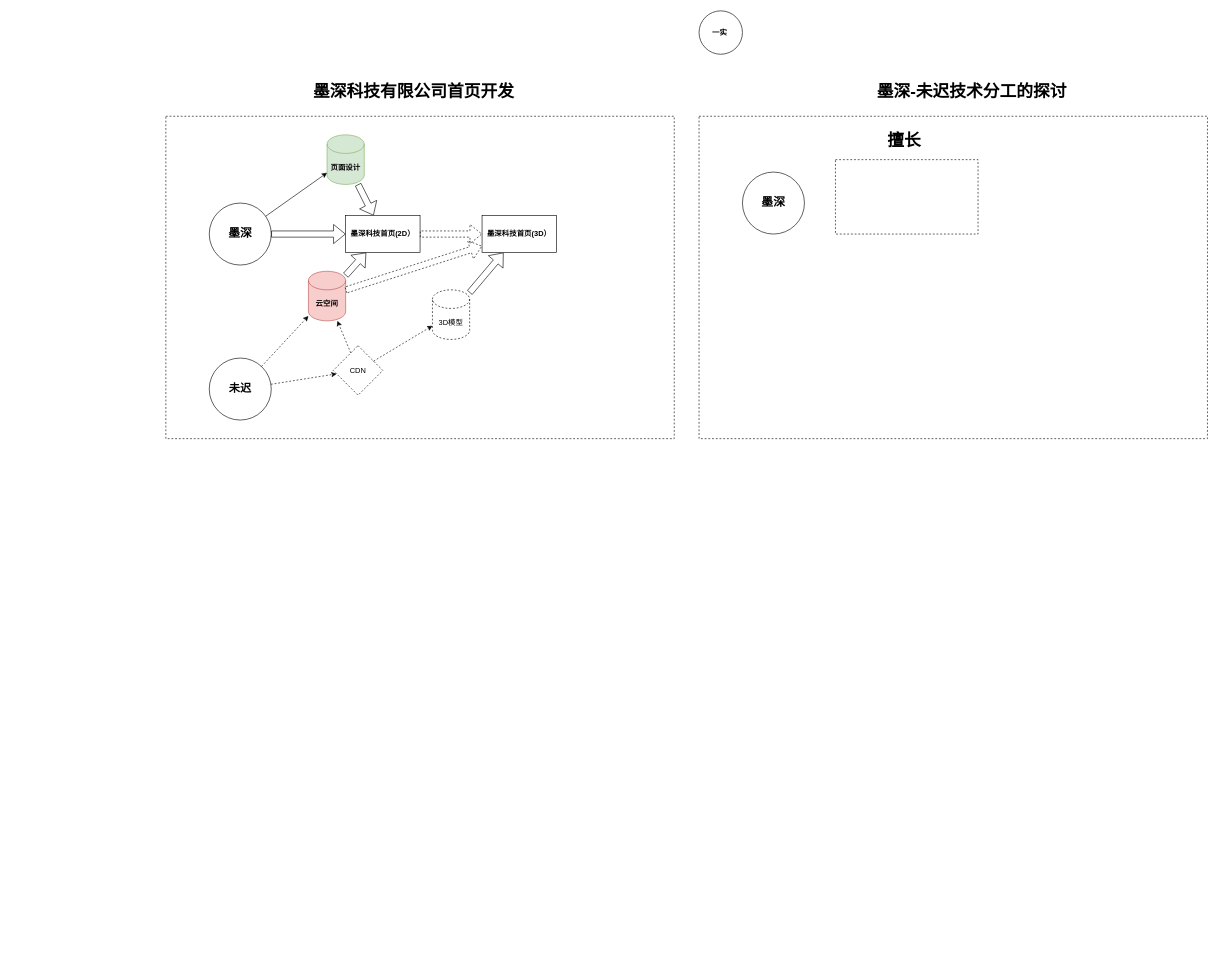
This is project.drawio from zhutoutoutousan/A-study-note-as-a-beginner, a draw.io file, before an edit. Source tidied: cells renumbered, new cells numbered last; positions are measured from the earlier drawing's top-left corner, leaving out a move shared by most shapes. Both pictures are drawn from the tidied source at 62%, with x=0, y=0 at pixel (166, 11).
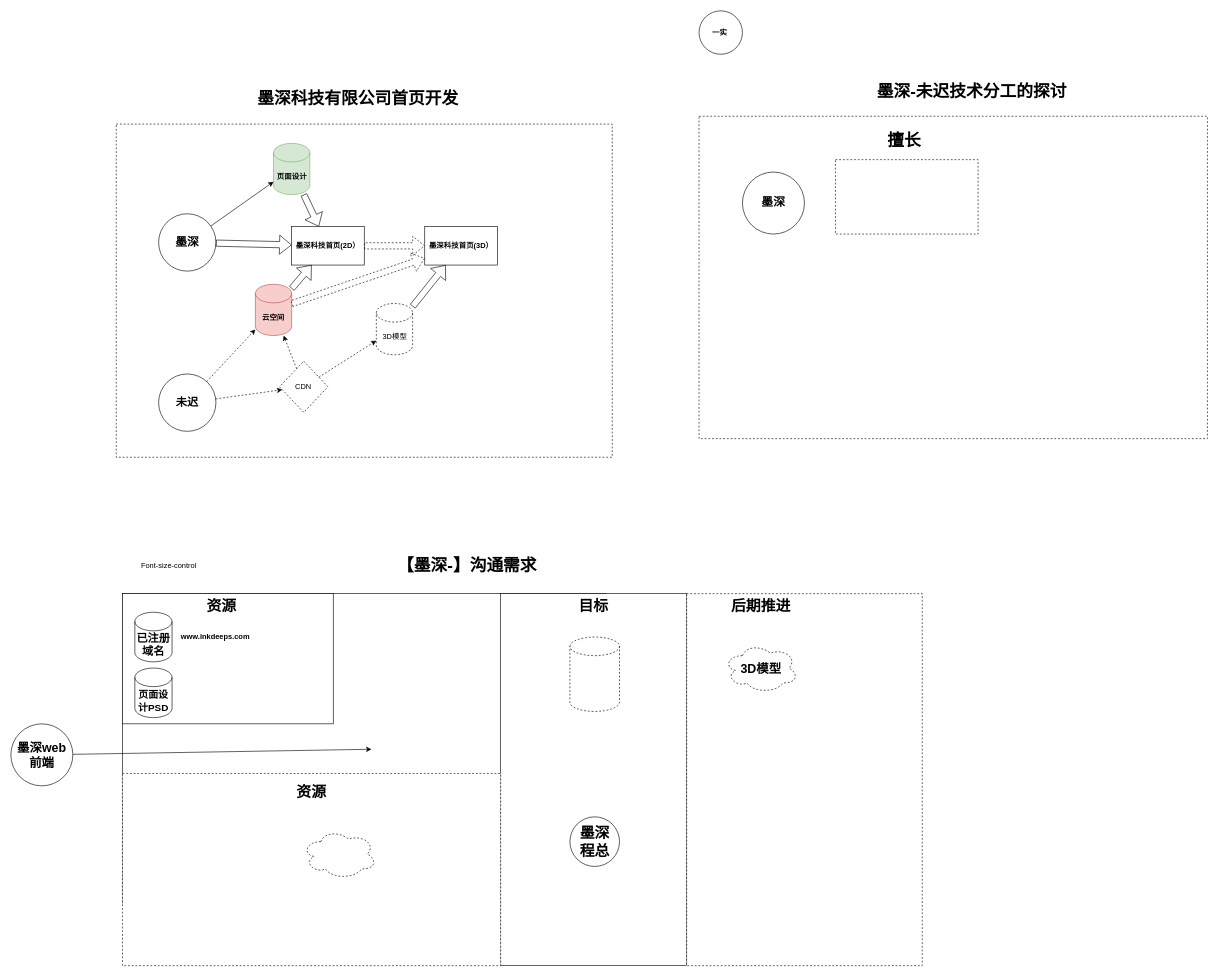
After the change.

The edit, as a diff of the source:
```diff
@@
+    <mxCell id="7" value="&lt;b&gt;一实&amp;nbsp;&lt;/b&gt;" style="ellipse;whiteSpace=wrap;html=1;" parent="1" vertex="1">
+      <mxGeometry x="860" width="70" height="70" as="geometry" />
+    </mxCell>
+    <mxCell id="25" value="&lt;span style=&quot;font-size: 27px&quot;&gt;&lt;b&gt;墨深-未迟技术分工的探讨&lt;/b&gt;&lt;/span&gt;" style="text;html=1;strokeColor=none;fillColor=none;align=center;verticalAlign=middle;whiteSpace=wrap;rounded=0;dashed=1;" parent="1" vertex="1">
+      <mxGeometry x="1130" y="90" width="340" height="80" as="geometry" />
+    </mxCell>
+    <mxCell id="26" value="&lt;b&gt;&lt;font style=&quot;font-size: 19px&quot;&gt;墨深&lt;/font&gt;&lt;/b&gt;" style="ellipse;whiteSpace=wrap;html=1;" parent="1" vertex="1">
+      <mxGeometry x="930" y="260" width="100" height="100" as="geometry" />
+    </mxCell>
+    <mxCell id="27" style="rounded=0;whiteSpace=wrap;html=1;dashed=1;" parent="1" vertex="1">
+      <mxGeometry x="1080" y="240" width="230" height="120" as="geometry" />
+    </mxCell>
+    <mxCell id="28" value="&lt;span style=&quot;font-size: 27px&quot;&gt;&lt;b&gt;擅长&lt;/b&gt;&lt;/span&gt;" style="text;html=1;strokeColor=none;fillColor=none;align=center;verticalAlign=middle;whiteSpace=wrap;rounded=0;dashed=1;" parent="1" vertex="1">
+      <mxGeometry x="1141" y="180" width="100" height="60" as="geometry" />
+    </mxCell>
+    <mxCell id="29" style="group;" parent="1" vertex="1">
+      <mxGeometry x="-80" y="100" width="800" height="620" as="geometry" />
+    </mxCell>
-    <mxCell id="3" style="rounded=0;whiteSpace=wrap;html=1;dashed=1;" parent="1" vertex="1">
-      <mxGeometry y="170" width="820" height="520" as="geometry" />
+    <mxCell id="3" style="rounded=0;whiteSpace=wrap;html=1;dashed=1;" parent="29" vertex="1">
+      <mxGeometry y="82.7" width="800" height="537.3" as="geometry" />
     </mxCell>
-    <mxCell id="4" value="&lt;b&gt;&lt;font style=&quot;font-size: 19px&quot;&gt;墨深&lt;/font&gt;&lt;/b&gt;" style="ellipse;whiteSpace=wrap;html=1;" parent="1" vertex="1">
-      <mxGeometry x="70" y="310" width="100" height="100" as="geometry" />
+    <mxCell id="4" value="&lt;b&gt;&lt;font style=&quot;font-size: 19px&quot;&gt;墨深&lt;/font&gt;&lt;/b&gt;" style="ellipse;whiteSpace=wrap;html=1;" parent="29" vertex="1">
+      <mxGeometry x="68.3" y="227.3" width="92.5" height="92.5" as="geometry" />
     </mxCell>
-    <mxCell id="5" value="&lt;b&gt;&lt;font style=&quot;font-size: 18px&quot;&gt;未迟&lt;/font&gt;&lt;/b&gt;" style="ellipse;whiteSpace=wrap;html=1;" parent="1" vertex="1">
-      <mxGeometry x="70" y="560" width="100" height="100" as="geometry" />
+    <mxCell id="5" value="&lt;b&gt;&lt;font style=&quot;font-size: 18px&quot;&gt;未迟&lt;/font&gt;&lt;/b&gt;" style="ellipse;whiteSpace=wrap;html=1;" parent="29" vertex="1">
+      <mxGeometry x="68.3" y="485.7" width="92.5" height="92.5" as="geometry" />
     </mxCell>
-    <mxCell id="6" style="shape=flexArrow;endArrow=classic;html=1;" parent="1" edge="1" source="4" target="9">
+    <mxCell id="6" style="shape=flexArrow;endArrow=classic;html=1;" parent="29" edge="1" source="4" target="9">
       <mxGeometry relative="1" as="geometry" />
     </mxCell>
-    <mxCell id="7" value="&lt;b&gt;一实&amp;nbsp;&lt;/b&gt;" style="ellipse;whiteSpace=wrap;html=1;" parent="1" vertex="1">
-      <mxGeometry x="860" width="70" height="70" as="geometry" />
-    </mxCell>
-    <mxCell id="8" style="shape=flexArrow;endArrow=classic;html=1;" parent="1" edge="1" source="10" target="9">
-      <mxGeometry relative="1" as="geometry" />
-    </mxCell>
-    <mxCell id="9" value="&lt;b&gt;墨深科技首页(2D）&lt;/b&gt;" style="rounded=0;whiteSpace=wrap;html=1;" parent="1" vertex="1">
-      <mxGeometry x="290" y="330" width="120" height="60" as="geometry" />
+    <mxCell id="9" value="&lt;b&gt;墨深科技首页(2D）&lt;/b&gt;" style="rounded=0;whiteSpace=wrap;html=1;" parent="29" vertex="1">
+      <mxGeometry x="282.9" y="248" width="117.1" height="62" as="geometry" />
     </mxCell>
-    <mxCell id="10" value="&lt;b&gt;页面设计&lt;/b&gt;" style="shape=cylinder3;whiteSpace=wrap;html=1;boundedLbl=1;backgroundOutline=1;size=15;fillColor=#d5e8d4;strokeColor=#82b366;" parent="1" vertex="1">
-      <mxGeometry x="260" y="200" width="60" height="80" as="geometry" />
+    <mxCell id="10" value="&lt;b&gt;页面设计&lt;/b&gt;" style="shape=cylinder3;whiteSpace=wrap;html=1;boundedLbl=1;backgroundOutline=1;size=15;fillColor=#d5e8d4;strokeColor=#82b366;" parent="29" vertex="1">
+      <mxGeometry x="253.7" y="113.7" width="58.5" height="82.7" as="geometry" />
     </mxCell>
-    <mxCell id="11" value="&lt;b&gt;云空间&lt;/b&gt;" style="shape=cylinder3;whiteSpace=wrap;html=1;boundedLbl=1;backgroundOutline=1;size=15;fillColor=#f8cecc;strokeColor=#b85450;" parent="1" vertex="1">
-      <mxGeometry x="230" y="420" width="60" height="80" as="geometry" />
+    <mxCell id="11" value="&lt;b&gt;云空间&lt;/b&gt;" style="shape=cylinder3;whiteSpace=wrap;html=1;boundedLbl=1;backgroundOutline=1;size=15;fillColor=#f8cecc;strokeColor=#b85450;" parent="29" vertex="1">
+      <mxGeometry x="224.4" y="341" width="58.5" height="82.7" as="geometry" />
     </mxCell>
-    <mxCell id="12" style="shape=flexArrow;endArrow=classic;html=1;" parent="1" edge="1" source="11" target="9">
+    <mxCell id="12" style="shape=flexArrow;endArrow=classic;html=1;" parent="29" edge="1" source="11" target="9">
       <mxGeometry relative="1" as="geometry" />
     </mxCell>
-    <mxCell id="13" style="shape=flexArrow;endArrow=classic;html=1;" parent="1" edge="1" source="17" target="16">
-      <mxGeometry relative="1" as="geometry" />
-    </mxCell>
+    <mxCell id="8" style="shape=flexArrow;endArrow=classic;html=1;" parent="29" edge="1" source="10" target="9">
+      <mxGeometry relative="1" as="geometry" />
+    </mxCell>
-    <mxCell id="14" style="endArrow=classic;html=1;" parent="1" edge="1" source="4" target="10">
+    <mxCell id="14" style="endArrow=classic;html=1;" parent="29" edge="1" source="4" target="10">
       <mxGeometry relative="1" as="geometry" />
     </mxCell>
-    <mxCell id="15" style="shape=flexArrow;endArrow=classic;html=1;dashed=1;" parent="1" edge="1" source="9" target="16">
+    <mxCell id="15" style="shape=flexArrow;endArrow=classic;html=1;dashed=1;" parent="29" edge="1" source="9" target="16">
       <mxGeometry relative="1" as="geometry" />
     </mxCell>
-    <mxCell id="16" value="&lt;b&gt;墨深科技首页(3D）&lt;/b&gt;" style="rounded=0;whiteSpace=wrap;html=1;" parent="1" vertex="1">
-      <mxGeometry x="510" y="330" width="120" height="60" as="geometry" />
+    <mxCell id="16" value="&lt;b&gt;墨深科技首页(3D）&lt;/b&gt;" style="rounded=0;whiteSpace=wrap;html=1;" parent="29" vertex="1">
+      <mxGeometry x="497.6" y="248" width="117.1" height="62" as="geometry" />
     </mxCell>
-    <mxCell id="17" value="3D模型" style="shape=cylinder3;whiteSpace=wrap;html=1;boundedLbl=1;backgroundOutline=1;size=15;dashed=1;" parent="1" vertex="1">
-      <mxGeometry x="430" y="450" width="60" height="80" as="geometry" />
+    <mxCell id="17" value="3D模型" style="shape=cylinder3;whiteSpace=wrap;html=1;boundedLbl=1;backgroundOutline=1;size=15;dashed=1;" parent="29" vertex="1">
+      <mxGeometry x="419.5" y="372" width="58.5" height="82.7" as="geometry" />
     </mxCell>
-    <mxCell id="18" style="endArrow=classic;html=1;dashed=1;" parent="1" edge="1" source="5" target="11">
+    <mxCell id="18" style="endArrow=classic;html=1;dashed=1;" parent="29" edge="1" source="5" target="11">
       <mxGeometry relative="1" as="geometry" />
     </mxCell>
-    <mxCell id="19" value="CDN" style="rhombus;whiteSpace=wrap;html=1;dashed=1;" parent="1" vertex="1">
-      <mxGeometry x="270" y="540" width="80" height="80" as="geometry" />
+    <mxCell id="19" value="CDN" style="rhombus;whiteSpace=wrap;html=1;dashed=1;" parent="29" vertex="1">
+      <mxGeometry x="263.4" y="465" width="78" height="82.7" as="geometry" />
     </mxCell>
-    <mxCell id="20" style="endArrow=classic;html=1;dashed=1;" parent="1" edge="1" source="5" target="19">
+    <mxCell id="20" style="endArrow=classic;html=1;dashed=1;" parent="29" edge="1" source="5" target="19">
       <mxGeometry relative="1" as="geometry" />
     </mxCell>
-    <mxCell id="21" style="endArrow=classic;html=1;dashed=1;" parent="1" edge="1" source="19" target="11">
+    <mxCell id="21" style="endArrow=classic;html=1;dashed=1;" parent="29" edge="1" source="19" target="11">
       <mxGeometry relative="1" as="geometry" />
     </mxCell>
-    <mxCell id="22" style="endArrow=classic;html=1;dashed=1;" parent="1" edge="1" source="19" target="17">
+    <mxCell id="22" style="endArrow=classic;html=1;dashed=1;" parent="29" edge="1" source="19" target="17">
       <mxGeometry relative="1" as="geometry" />
     </mxCell>
+    <mxCell id="13" style="shape=flexArrow;endArrow=classic;html=1;" parent="29" edge="1" source="17" target="16">
+      <mxGeometry relative="1" as="geometry" />
+    </mxCell>
-    <mxCell id="23" style="shape=flexArrow;endArrow=classic;html=1;dashed=1;" parent="1" edge="1" source="11" target="16">
+    <mxCell id="23" style="shape=flexArrow;endArrow=classic;html=1;dashed=1;" parent="29" edge="1" source="11" target="16">
       <mxGeometry relative="1" as="geometry" />
     </mxCell>
-    <mxCell id="24" value="&lt;b&gt;&lt;font style=&quot;font-size: 27px&quot;&gt;墨深科技有限公司首页开发&lt;/font&gt;&lt;/b&gt;" style="text;html=1;strokeColor=none;fillColor=none;align=center;verticalAlign=middle;whiteSpace=wrap;rounded=0;dashed=1;" parent="1" vertex="1">
-      <mxGeometry x="230" y="90" width="340" height="80" as="geometry" />
+    <mxCell id="24" value="&lt;b&gt;&lt;font style=&quot;font-size: 27px&quot;&gt;墨深科技有限公司首页开发&lt;/font&gt;&lt;/b&gt;" style="text;html=1;strokeColor=none;fillColor=none;align=center;verticalAlign=middle;whiteSpace=wrap;rounded=0;dashed=1;" parent="29" vertex="1">
+      <mxGeometry x="224.4" width="331.7" height="82.7" as="geometry" />
     </mxCell>
-    <mxCell id="25" value="&lt;span style=&quot;font-size: 27px&quot;&gt;&lt;b&gt;墨深-未迟技术分工的探讨&lt;/b&gt;&lt;/span&gt;" style="text;html=1;strokeColor=none;fillColor=none;align=center;verticalAlign=middle;whiteSpace=wrap;rounded=0;dashed=1;" parent="1" vertex="1">
-      <mxGeometry x="1130" y="90" width="340" height="80" as="geometry" />
-    </mxCell>
-    <mxCell id="26" value="&lt;b&gt;&lt;font style=&quot;font-size: 19px&quot;&gt;墨深&lt;/font&gt;&lt;/b&gt;" style="ellipse;whiteSpace=wrap;html=1;" parent="1" vertex="1">
-      <mxGeometry x="930" y="260" width="100" height="100" as="geometry" />
-    </mxCell>
-    <mxCell id="27" style="rounded=0;whiteSpace=wrap;html=1;dashed=1;" parent="1" vertex="1">
-      <mxGeometry x="1080" y="240" width="230" height="120" as="geometry" />
-    </mxCell>
-    <mxCell id="28" value="&lt;span style=&quot;font-size: 27px&quot;&gt;&lt;b&gt;擅长&lt;/b&gt;&lt;/span&gt;" style="text;html=1;strokeColor=none;fillColor=none;align=center;verticalAlign=middle;whiteSpace=wrap;rounded=0;dashed=1;" parent="1" vertex="1">
-      <mxGeometry x="1141" y="180" width="100" height="60" as="geometry" />
-    </mxCell>
+    <mxCell id="30" value="Font-size-control" style="text;html=1;strokeColor=none;fillColor=none;align=center;verticalAlign=middle;whiteSpace=wrap;rounded=0;" parent="1" vertex="1">
+      <mxGeometry x="-70" y="870" width="150" height="50" as="geometry" />
+    </mxCell>
+    <mxCell id="31" style="rounded=0;whiteSpace=wrap;html=1;" parent="1" vertex="1">
+      <mxGeometry x="-70" y="940" width="780" height="500" as="geometry" />
+    </mxCell>
+    <mxCell id="32" value="&lt;span style=&quot;font-size: 27px&quot;&gt;&lt;b&gt;【墨深-】沟通需求&lt;/b&gt;&lt;/span&gt;" style="text;html=1;strokeColor=none;fillColor=none;align=center;verticalAlign=middle;whiteSpace=wrap;rounded=0;dashed=1;" parent="1" vertex="1">
+      <mxGeometry x="320" y="853.7" width="331.7" height="82.7" as="geometry" />
+    </mxCell>
+    <mxCell id="33" value="&lt;b&gt;&lt;font style=&quot;font-size: 20px&quot;&gt;墨深web前端&lt;/font&gt;&lt;/b&gt;" style="ellipse;whiteSpace=wrap;html=1;" parent="1" vertex="1">
+      <mxGeometry x="-250" y="1150" width="100" height="100" as="geometry" />
+    </mxCell>
+    <mxCell id="34" style="rounded=0;whiteSpace=wrap;html=1;" parent="1" vertex="1">
+      <mxGeometry x="-70" y="940" width="340" height="210" as="geometry" />
+    </mxCell>
+    <mxCell id="35" value="&lt;b&gt;&lt;font style=&quot;font-size: 24px&quot;&gt;资源&lt;/font&gt;&lt;/b&gt;" style="text;html=1;strokeColor=none;fillColor=none;align=center;verticalAlign=middle;whiteSpace=wrap;rounded=0;" parent="1" vertex="1">
+      <mxGeometry x="40" y="950" width="100" height="20" as="geometry" />
+    </mxCell>
+    <mxCell id="36" value="&lt;b&gt;&lt;font style=&quot;font-size: 18px&quot;&gt;已注册域名&lt;/font&gt;&lt;/b&gt;" style="shape=cylinder3;whiteSpace=wrap;html=1;boundedLbl=1;backgroundOutline=1;size=15;" parent="1" vertex="1">
+      <mxGeometry x="-50" y="970" width="60" height="80" as="geometry" />
+    </mxCell>
+    <mxCell id="37" value="&lt;b&gt;www.inkdeeps.com&lt;/b&gt;" style="text;html=1;strokeColor=none;fillColor=none;align=center;verticalAlign=middle;whiteSpace=wrap;rounded=0;" parent="1" vertex="1">
+      <mxGeometry x="60" y="1000" width="40" height="20" as="geometry" />
+    </mxCell>
+    <mxCell id="38" style="rounded=0;whiteSpace=wrap;html=1;" parent="1" vertex="1">
+      <mxGeometry x="540" y="940" width="300" height="600" as="geometry" />
+    </mxCell>
+    <mxCell id="39" value="&lt;b&gt;&lt;font style=&quot;font-size: 16px&quot;&gt;页面设计PSD&lt;/font&gt;&lt;/b&gt;" style="shape=cylinder3;whiteSpace=wrap;html=1;boundedLbl=1;backgroundOutline=1;size=15;" parent="1" vertex="1">
+      <mxGeometry x="-50" y="1060" width="60" height="80" as="geometry" />
+    </mxCell>
+    <mxCell id="40" value="&lt;span style=&quot;font-size: 24px&quot;&gt;&lt;b&gt;目标&lt;/b&gt;&lt;/span&gt;" style="text;html=1;strokeColor=none;fillColor=none;align=center;verticalAlign=middle;whiteSpace=wrap;rounded=0;" parent="1" vertex="1">
+      <mxGeometry x="640" y="950" width="100" height="20" as="geometry" />
+    </mxCell>
+    <mxCell id="41" style="endArrow=classic;html=1;entryX=0.515;entryY=0.502;entryDx=0;entryDy=0;entryPerimeter=0;" parent="1" edge="1" source="33" target="31">
+      <mxGeometry relative="1" as="geometry" />
+    </mxCell>
+    <mxCell id="42" value="&lt;b&gt;&lt;font style=&quot;font-size: 24px&quot;&gt;墨深 程总&lt;/font&gt;&lt;/b&gt;" style="ellipse;whiteSpace=wrap;html=1;" parent="1" vertex="1">
+      <mxGeometry x="651.7" y="1300" width="80" height="80" as="geometry" />
+    </mxCell>
+    <mxCell id="43" style="rounded=0;whiteSpace=wrap;html=1;dashed=1;" parent="1" vertex="1">
+      <mxGeometry x="840" y="940" width="380" height="600" as="geometry" />
+    </mxCell>
+    <mxCell id="44" value="&lt;span style=&quot;font-size: 24px&quot;&gt;&lt;b&gt;后期推进&lt;/b&gt;&lt;/span&gt;" style="text;html=1;strokeColor=none;fillColor=none;align=center;verticalAlign=middle;whiteSpace=wrap;rounded=0;" parent="1" vertex="1">
+      <mxGeometry x="910" y="950" width="100" height="20" as="geometry" />
+    </mxCell>
+    <mxCell id="45" value="&lt;b&gt;&lt;font style=&quot;font-size: 20px&quot;&gt;3D模型&lt;/font&gt;&lt;/b&gt;" style="ellipse;shape=cloud;whiteSpace=wrap;html=1;dashed=1;" parent="1" vertex="1">
+      <mxGeometry x="900" y="1020" width="120" height="80" as="geometry" />
+    </mxCell>
+    <mxCell id="46" style="shape=cylinder3;whiteSpace=wrap;html=1;boundedLbl=1;backgroundOutline=1;size=15;dashed=1;" parent="1" vertex="1">
+      <mxGeometry x="651.7" y="1010" width="80" height="120" as="geometry" />
+    </mxCell>
+    <mxCell id="47" style="rounded=0;whiteSpace=wrap;html=1;dashed=1;" parent="1" vertex="1">
+      <mxGeometry x="-70" y="1230" width="610" height="310" as="geometry" />
+    </mxCell>
+    <mxCell id="48" value="&lt;b&gt;&lt;font style=&quot;font-size: 24px&quot;&gt;资源&lt;/font&gt;&lt;/b&gt;" style="text;html=1;strokeColor=none;fillColor=none;align=center;verticalAlign=middle;whiteSpace=wrap;rounded=0;" parent="1" vertex="1">
+      <mxGeometry x="185" y="1250" width="100" height="20" as="geometry" />
+    </mxCell>
+    <mxCell id="49" style="ellipse;shape=cloud;whiteSpace=wrap;html=1;dashed=1;" parent="1" vertex="1">
+      <mxGeometry x="220" y="1320" width="120" height="80" as="geometry" />
+    </mxCell>
```
